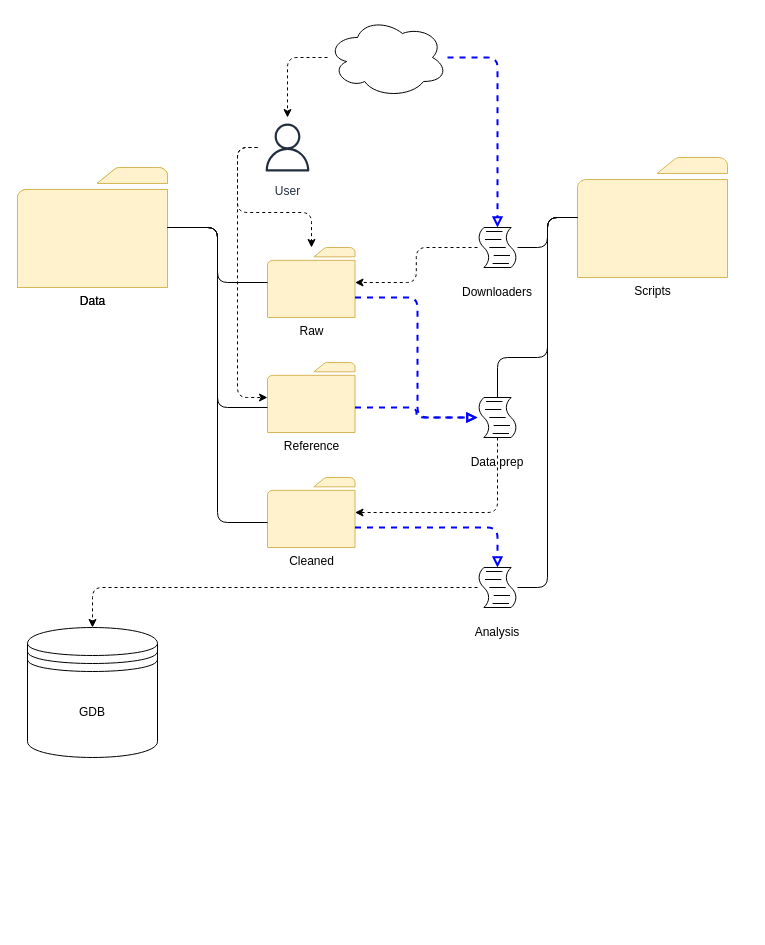
Earlier version of the draw.io diagram page "BasicDir" (1 of 2) of Untitled Diagram.drawio (renaissanceplanning/Miami-TOD-PMT). Source tidied: cells renumbered, new cells numbered last; positions are measured from the earlier drawing's top-left corner, leaving out a move shared by most shapes. Both pictures are drawn from the tidied source at 100%, with x=0, y=0 at pixel (17, 17).
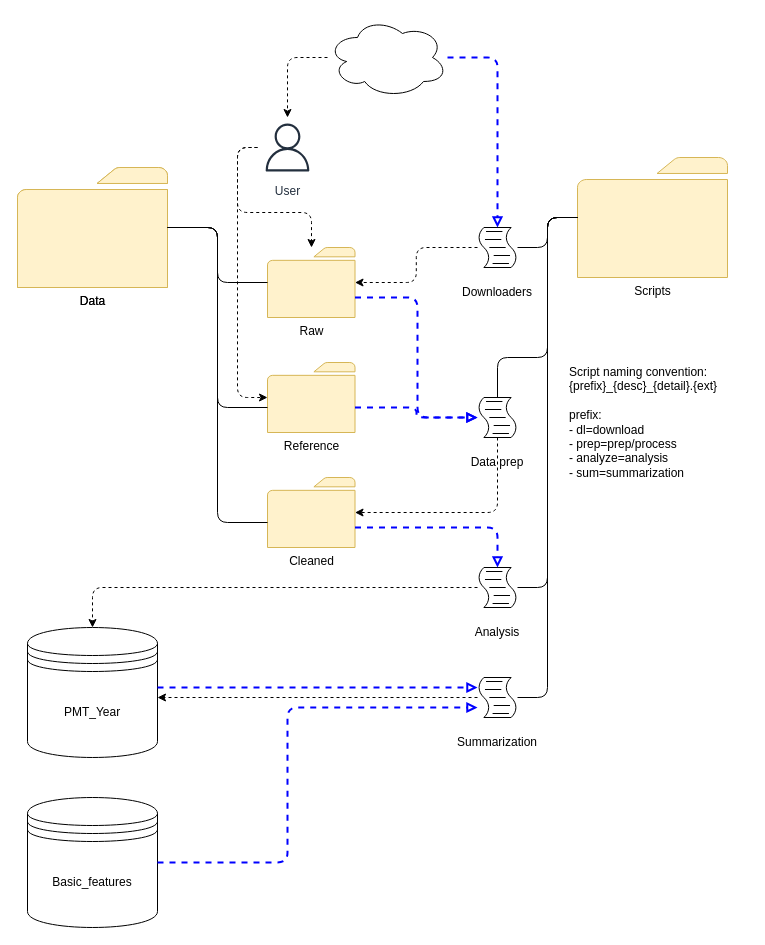
Above is the later version.

Commit message:
update basic dir

What changed in the source:
```diff
@@
-    <mxCell id="3" value="GDB" style="shape=datastore;whiteSpace=wrap;html=1;" parent="1" vertex="1">
+    <mxCell id="3" value="PMT_Year" style="shape=datastore;whiteSpace=wrap;html=1;" parent="1" vertex="1">
       <mxGeometry x="10" y="610" width="130" height="130" as="geometry" />
     </mxCell>
@@
+    <mxCell id="36" value="&lt;div&gt;Script naming convention:&lt;/div&gt;&lt;div&gt;{prefix}_{desc}_{detail}.{ext}&lt;/div&gt;&lt;div&gt;&lt;br&gt;&lt;/div&gt;&lt;div&gt;prefix: &lt;br&gt;&lt;/div&gt;&lt;div&gt;- dl=download&lt;/div&gt;&lt;div&gt;- prep=prep/process&lt;/div&gt;&lt;div&gt;- analyze=analysis&lt;/div&gt;&lt;div&gt;- sum=summarization&lt;br&gt;&lt;/div&gt;" style="text;html=1;strokeColor=none;fillColor=none;align=left;verticalAlign=middle;whiteSpace=wrap;rounded=0;" parent="1" vertex="1">
+      <mxGeometry x="550" y="330" width="180" height="150" as="geometry" />
+    </mxCell>
+    <mxCell id="37" value="Basic_features" style="shape=datastore;whiteSpace=wrap;html=1;" parent="1" vertex="1">
+      <mxGeometry x="10" y="780" width="130" height="130" as="geometry" />
+    </mxCell>
+    <mxCell id="38" style="group;" parent="1" vertex="1">
+      <mxGeometry x="440" y="660" width="80" height="75" as="geometry" />
+    </mxCell>
+    <mxCell id="39" style="shape=mxgraph.bpmn.script_task;html=1;outlineConnect=0;" parent="38" vertex="1">
+      <mxGeometry x="20" width="40" height="40" as="geometry" />
+    </mxCell>
+    <mxCell id="40" value="Summarization" style="text;html=1;strokeColor=none;fillColor=none;align=center;verticalAlign=middle;whiteSpace=wrap;rounded=0;" parent="38" vertex="1">
+      <mxGeometry y="55" width="80" height="20" as="geometry" />
+    </mxCell>
+    <mxCell id="41" style="edgeStyle=orthogonalEdgeStyle;endArrow=block;html=1;dashed=1;strokeColor=#0000FF;strokeWidth=2;endFill=0;" parent="1" edge="1" source="3" target="39">
+      <mxGeometry relative="1" as="geometry">
+        <Array as="points">
+          <mxPoint x="300" y="670" />
+          <mxPoint x="300" y="670" />
+        </Array>
+      </mxGeometry>
+    </mxCell>
+    <mxCell id="42" style="edgeStyle=orthogonalEdgeStyle;endArrow=block;html=1;dashed=1;strokeColor=#0000FF;strokeWidth=2;endFill=0;" parent="1" edge="1" source="37" target="39">
+      <mxGeometry relative="1" as="geometry">
+        <Array as="points">
+          <mxPoint x="270" y="845" />
+          <mxPoint x="270" y="690" />
+        </Array>
+      </mxGeometry>
+    </mxCell>
+    <mxCell id="43" style="edgeStyle=orthogonalEdgeStyle;endArrow=classic;html=1;dashed=1;" parent="1" edge="1" source="39" target="3">
+      <mxGeometry relative="1" as="geometry">
+        <Array as="points">
+          <mxPoint x="260" y="680" />
+          <mxPoint x="260" y="680" />
+        </Array>
+      </mxGeometry>
+    </mxCell>
+    <mxCell id="44" style="edgeStyle=orthogonalEdgeStyle;endArrow=none;html=1;endFill=0;" parent="1" edge="1" target="39">
+      <mxGeometry relative="1" as="geometry">
+        <mxPoint x="560" y="200" as="sourcePoint" />
+        <Array as="points">
+          <mxPoint x="530" y="200" />
+          <mxPoint x="530" y="680" />
+        </Array>
+      </mxGeometry>
+    </mxCell>
```
